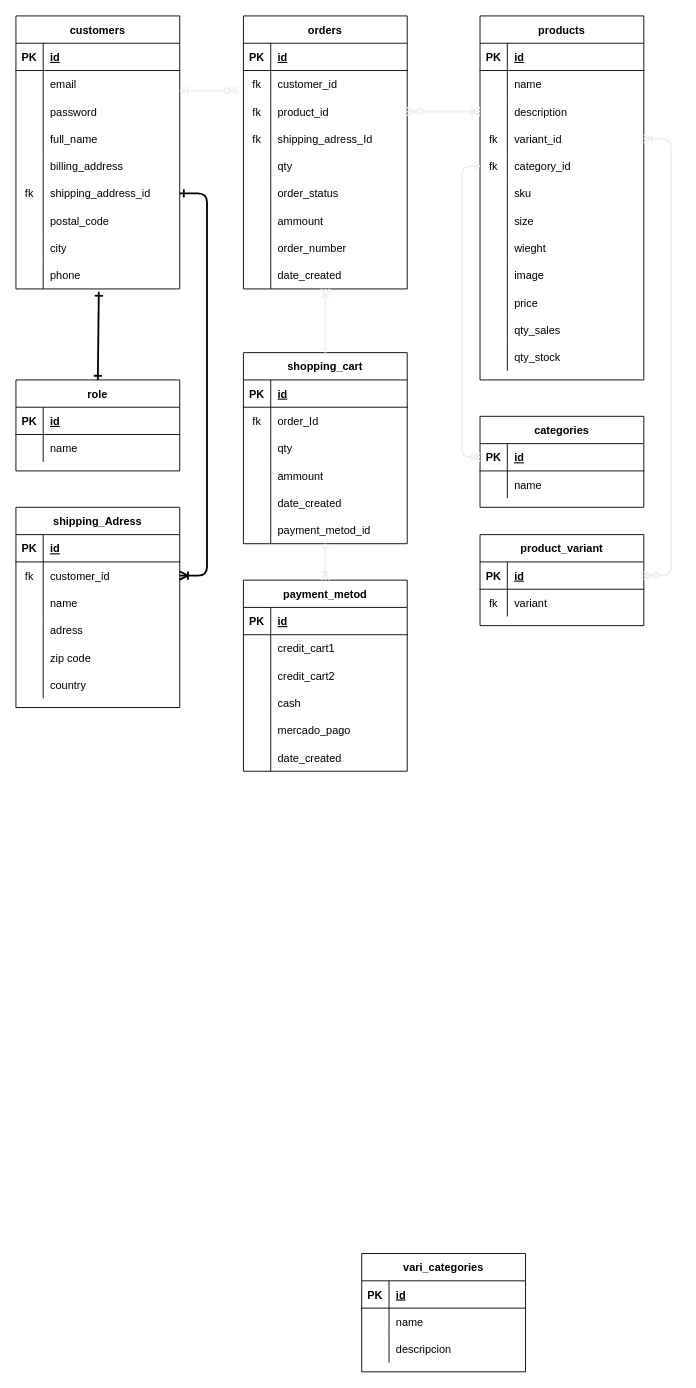
The draw.io diagram DB..drawio in 0920CDFSNCN27ARED/grupo-09, before the edit. Source tidied: cells renumbered, new cells numbered last; positions are measured from the earlier drawing's top-left corner, leaving out a move shared by most shapes. Both pictures are drawn from the tidied source at 91%, with x=0, y=0 at pixel (15, 15).
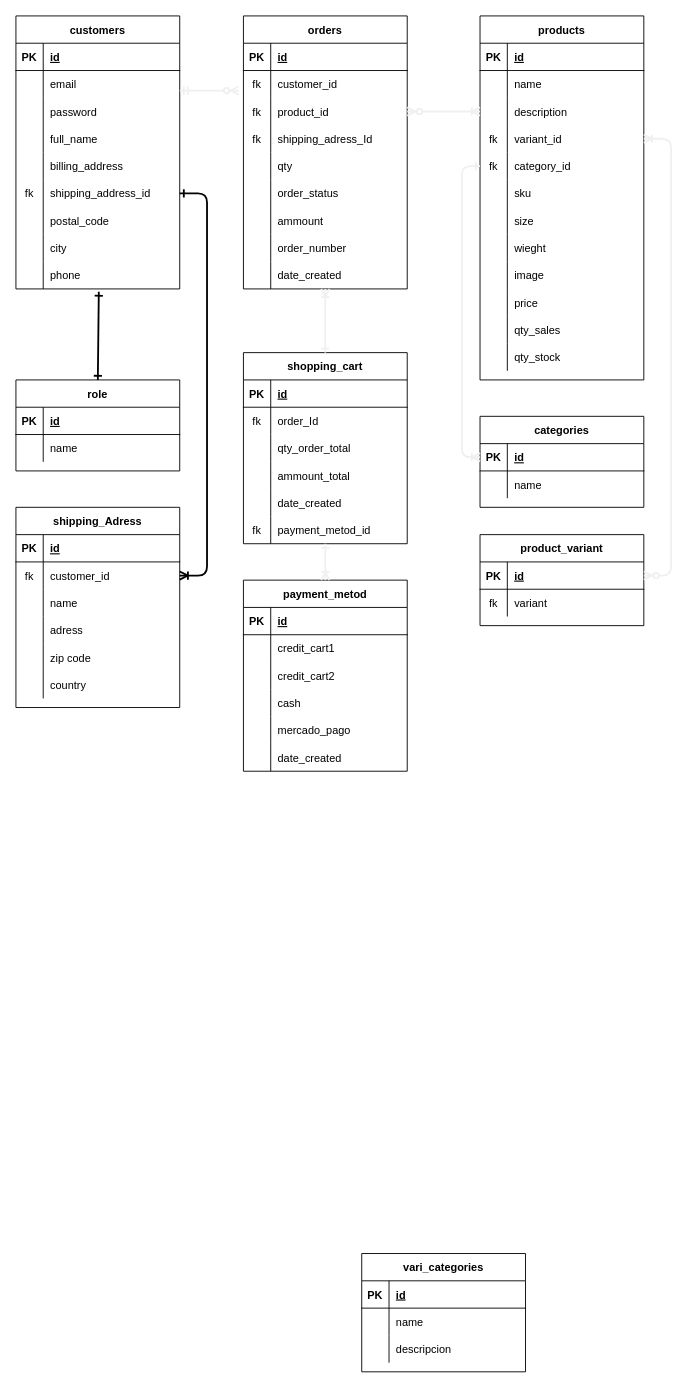
Above is the later version.

Unchanged cells that the change refers to:
```xml
<mxCell id="153" style="shape=partialRectangle;fillColor=none;top=0;left=0;bottom=0;right=0;" parent="146" vertex="1">
  <mxGeometry y="90" width="180" height="30" as="geometry" />
</mxCell>
<mxCell id="156" style="shape=partialRectangle;fillColor=none;top=0;left=0;bottom=0;right=0;" parent="146" vertex="1">
  <mxGeometry y="120" width="180" height="30" as="geometry" />
</mxCell>
<mxCell id="162" style="shape=partialRectangle;fillColor=none;top=0;left=0;bottom=0;right=0;points=[[0,0.5],[1,0.5]];portConstraint=eastwest;" parent="146" vertex="1">
  <mxGeometry y="180" width="180" height="30" as="geometry" />
</mxCell>
```

Change to the diagram source:
```diff
@@
-    <mxCell id="155" value="qty" style="shape=partialRectangle;fillColor=none;top=0;left=0;bottom=0;right=0;align=left;spacingLeft=6;overflow=hidden;" parent="153" vertex="1">
+    <mxCell id="155" value="qty_order_total" style="shape=partialRectangle;fillColor=none;top=0;left=0;bottom=0;right=0;align=left;spacingLeft=6;overflow=hidden;" parent="153" vertex="1">
       <mxGeometry x="30" width="150" height="30" as="geometry" />
     </mxCell>
@@
-    <mxCell id="158" value="ammount" style="shape=partialRectangle;fillColor=none;top=0;left=0;bottom=0;right=0;align=left;spacingLeft=6;overflow=hidden;" parent="156" vertex="1">
+    <mxCell id="158" value="ammount_total" style="shape=partialRectangle;fillColor=none;top=0;left=0;bottom=0;right=0;align=left;spacingLeft=6;overflow=hidden;" parent="156" vertex="1">
       <mxGeometry x="30" width="150" height="30" as="geometry" />
     </mxCell>
@@
-    <mxCell id="163" style="shape=partialRectangle;fillColor=none;top=0;left=0;bottom=0;right=0;overflow=hidden;" parent="162" vertex="1">
+    <mxCell id="163" value="fk" style="shape=partialRectangle;fillColor=none;top=0;left=0;bottom=0;right=0;overflow=hidden;" parent="162" vertex="1">
       <mxGeometry width="30" height="30" as="geometry" />
     </mxCell>
```
